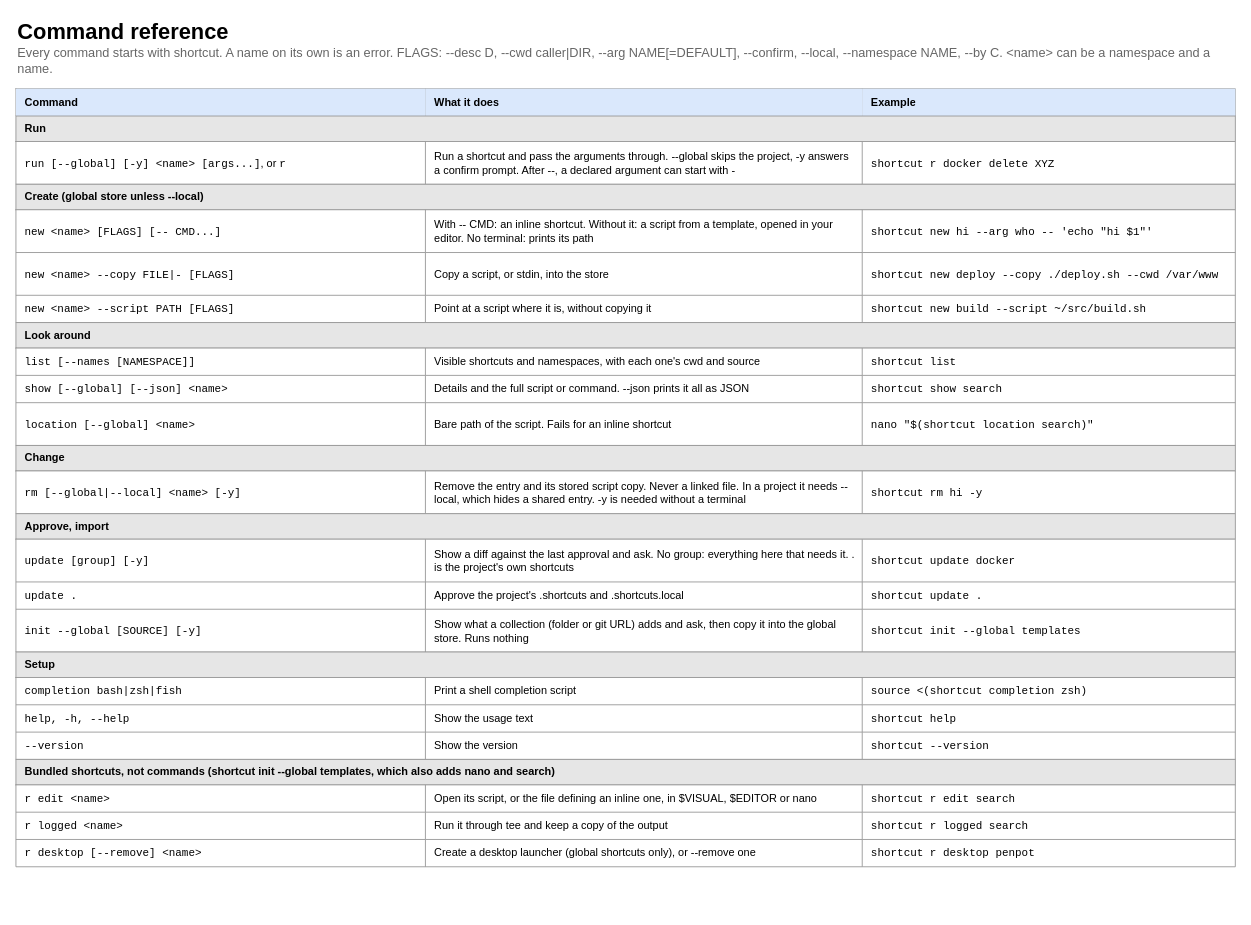
Before: page "4 Commands" (4 of 5) of docs/shortcut-overview.drawio in StanLukuvka/Shortcut, a draw.io diagram. Source tidied: cells renumbered, new cells numbered last; positions are measured from the earlier drawing's top-left corner, leaving out a move shared by most shapes. Both pictures are drawn from the tidied source at 91%, with x=0, y=0 at pixel (15, 15).
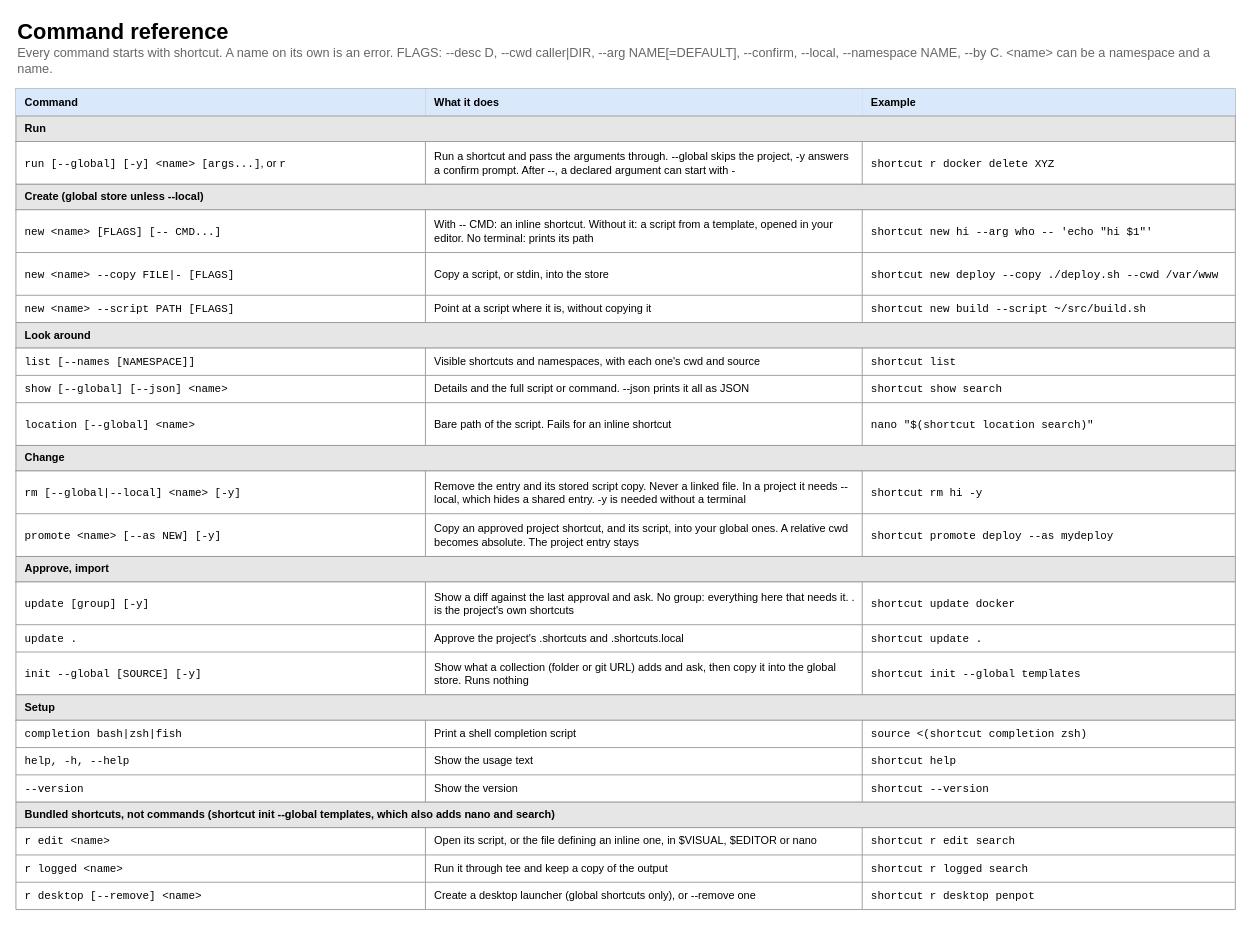
After the change.

Commit message (it also covers changes not shown here):
Add promote to copy an approved project shortcut into the global store

Change to the diagram source:
```diff
@@
     <mxCell id="44" style="shape=table;startSize=0;childLayout=tableLayout;strokeColor=#999999;fontSize=12;html=1;" parent="1" vertex="1">
-      <mxGeometry y="500" width="1340" height="47" as="geometry" />
+      <mxGeometry y="500" width="1340" height="94" as="geometry" />
     </mxCell>
@@
+    <mxCell id="91" style="shape=tableRow;horizontal=0;startSize=0;swimlaneHead=0;swimlaneBody=0;strokeColor=inherit;top=0;left=0;bottom=0;right=0;fillColor=none;html=1;" parent="44" vertex="1">
+      <mxGeometry y="47" width="1340" height="47" as="geometry" />
+    </mxCell>
+    <mxCell id="92" value="&lt;font face=&quot;monospace&quot;&gt;promote &amp;lt;name&amp;gt; [--as NEW] [-y]&lt;/font&gt;" style="shape=partialRectangle;html=1;whiteSpace=wrap;strokeColor=inherit;overflow=hidden;fillColor=none;top=0;left=0;bottom=0;right=0;align=left;verticalAlign=middle;spacingLeft=8;spacingRight=6;fontSize=12;" parent="91" vertex="1">
+      <mxGeometry width="450" height="47" as="geometry" />
+    </mxCell>
+    <mxCell id="93" value="Copy an approved project shortcut, and its script, into your global ones. A relative cwd becomes absolute. The project entry stays" style="shape=partialRectangle;html=1;whiteSpace=wrap;strokeColor=inherit;overflow=hidden;fillColor=none;top=0;left=0;bottom=0;right=0;align=left;verticalAlign=middle;spacingLeft=8;spacingRight=6;fontSize=12;" parent="91" vertex="1">
+      <mxGeometry x="450" width="480" height="47" as="geometry" />
+    </mxCell>
+    <mxCell id="94" value="&lt;font face=&quot;monospace&quot;&gt;shortcut promote deploy --as mydeploy&lt;/font&gt;" style="shape=partialRectangle;html=1;whiteSpace=wrap;strokeColor=inherit;overflow=hidden;fillColor=none;top=0;left=0;bottom=0;right=0;align=left;verticalAlign=middle;spacingLeft=8;spacingRight=6;fontSize=12;" parent="91" vertex="1">
+      <mxGeometry x="930" width="410" height="47" as="geometry" />
+    </mxCell>
     <mxCell id="49" value="&lt;b&gt;&lt;b&gt;Approve, import&lt;/b&gt;&lt;/b&gt;" style="rounded=0;html=1;whiteSpace=wrap;strokeColor=#999999;fillColor=#e6e6e6;align=left;verticalAlign=middle;spacingLeft=8;fontSize=12;" parent="1" vertex="1">
-      <mxGeometry y="547" width="1340" height="28" as="geometry" />
+      <mxGeometry y="594" width="1340" height="28" as="geometry" />
     </mxCell>
     <mxCell id="50" style="shape=table;startSize=0;childLayout=tableLayout;strokeColor=#999999;fontSize=12;html=1;" parent="1" vertex="1">
-      <mxGeometry y="575" width="1340" height="124" as="geometry" />
+      <mxGeometry y="622" width="1340" height="124" as="geometry" />
     </mxCell>
@@
     <mxCell id="63" value="&lt;b&gt;&lt;b&gt;Setup&lt;/b&gt;&lt;/b&gt;" style="rounded=0;html=1;whiteSpace=wrap;strokeColor=#999999;fillColor=#e6e6e6;align=left;verticalAlign=middle;spacingLeft=8;fontSize=12;" parent="1" vertex="1">
-      <mxGeometry y="699" width="1340" height="28" as="geometry" />
+      <mxGeometry y="746" width="1340" height="28" as="geometry" />
     </mxCell>
     <mxCell id="64" style="shape=table;startSize=0;childLayout=tableLayout;strokeColor=#999999;fontSize=12;html=1;" parent="1" vertex="1">
-      <mxGeometry y="727" width="1340" height="90" as="geometry" />
+      <mxGeometry y="774" width="1340" height="90" as="geometry" />
     </mxCell>
@@
     <mxCell id="77" value="&lt;b&gt;&lt;b&gt;Bundled shortcuts, not commands (shortcut init --global templates, which also adds nano and search)&lt;/b&gt;&lt;/b&gt;" style="rounded=0;html=1;whiteSpace=wrap;strokeColor=#999999;fillColor=#e6e6e6;align=left;verticalAlign=middle;spacingLeft=8;fontSize=12;" parent="1" vertex="1">
-      <mxGeometry y="817" width="1340" height="28" as="geometry" />
+      <mxGeometry y="864" width="1340" height="28" as="geometry" />
     </mxCell>
     <mxCell id="78" style="shape=table;startSize=0;childLayout=tableLayout;strokeColor=#999999;fontSize=12;html=1;" parent="1" vertex="1">
-      <mxGeometry y="845" width="1340" height="90" as="geometry" />
+      <mxGeometry y="892" width="1340" height="90" as="geometry" />
     </mxCell>
```
